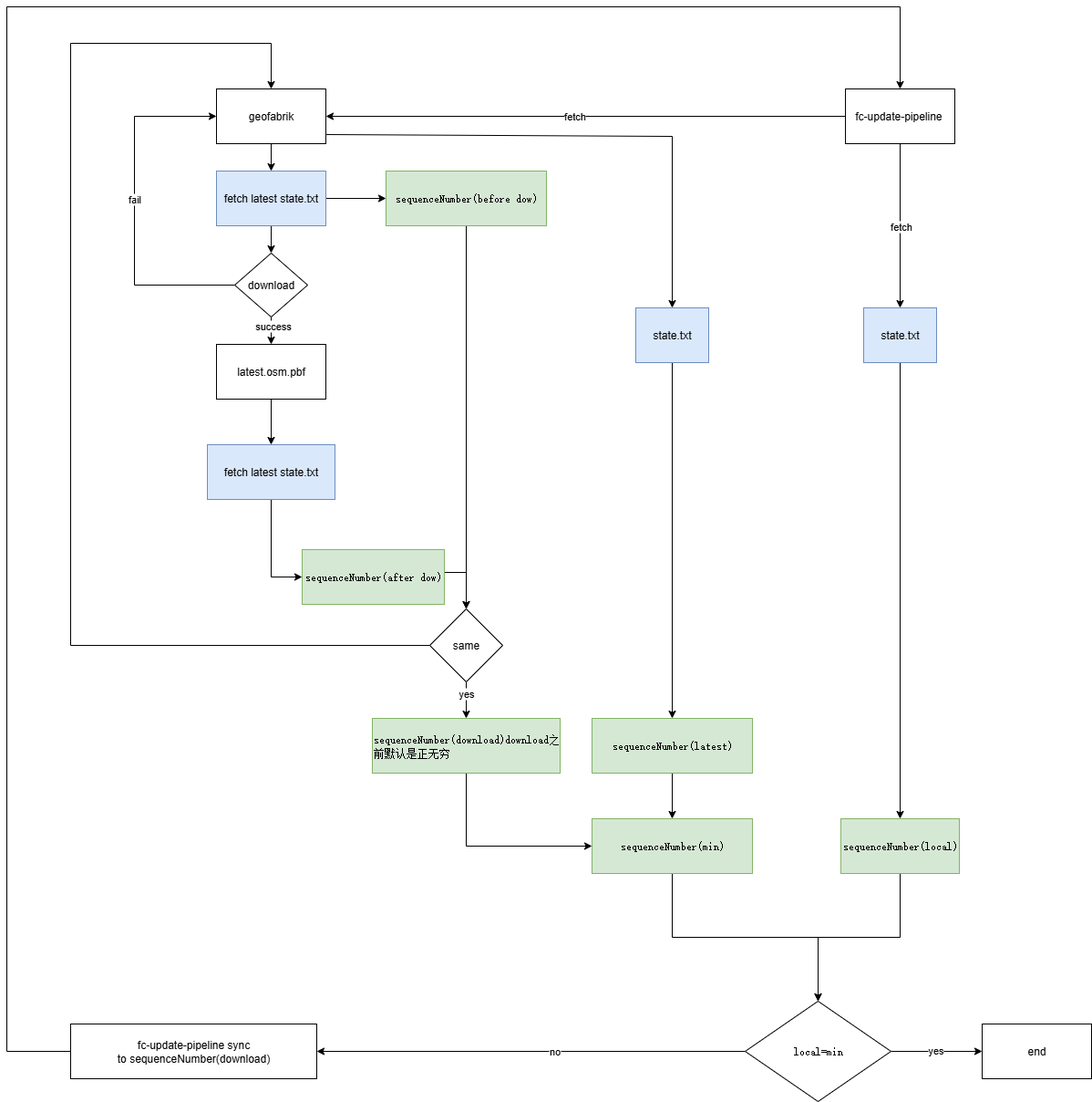
472542625/drawio keeps this draw.io diagram as fc update.drawio.png. Above is the earlier version. Source tidied: cells renumbered, new cells last; positions are measured from the earlier drawing's top-left corner, leaving out a move shared by most shapes.
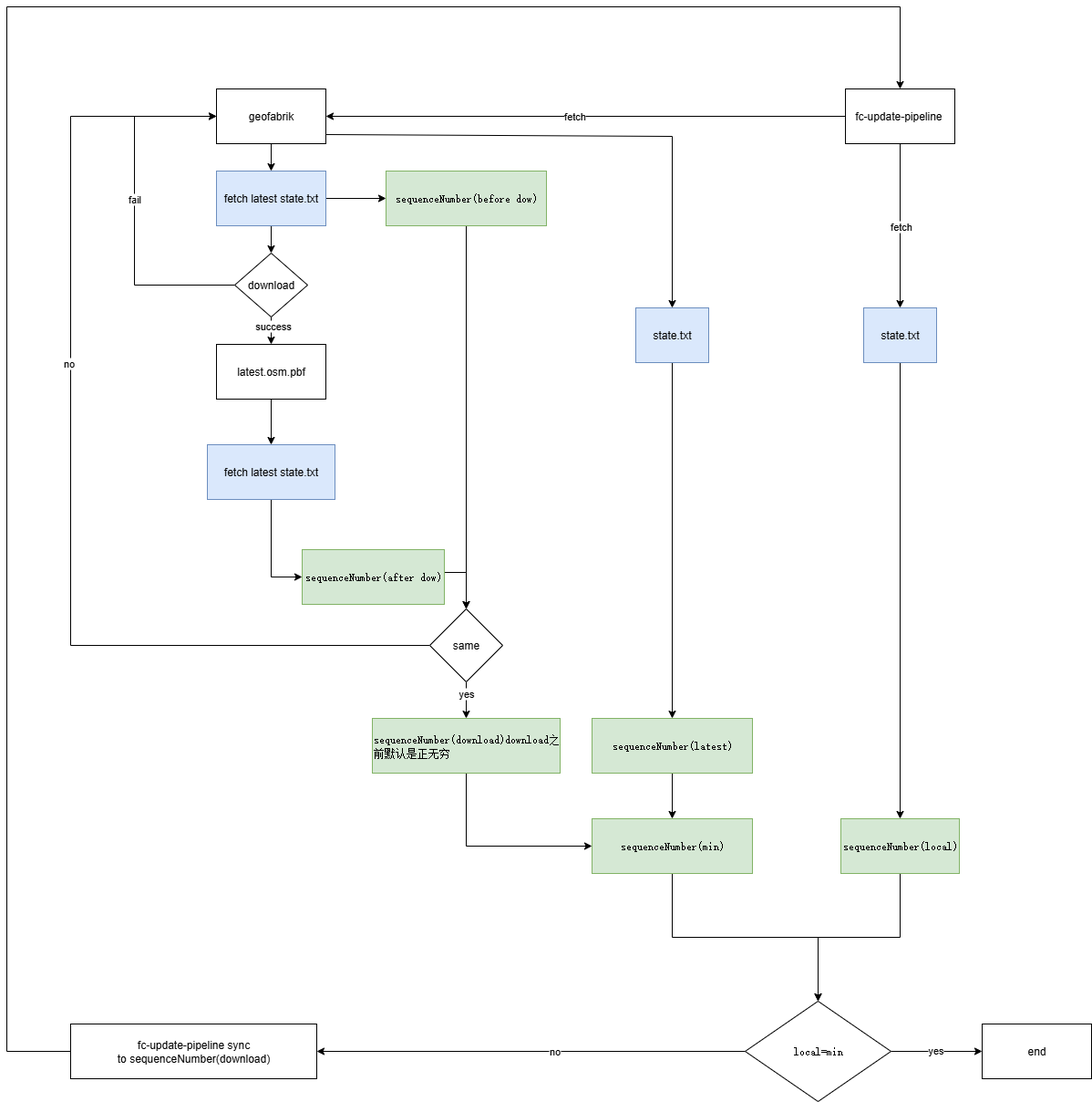
The same diagram one commit later.

Diff of the diagram source:
```diff
@@ -123,15 +123,19 @@
     <mxCell id="35" value="yes" style="edgeLabel;html=1;align=center;verticalAlign=middle;" parent="34" vertex="1">
       <mxGeometry x="-0.36" y="-1" relative="1" as="geometry" />
     </mxCell>
-    <mxCell id="36" style="edgeStyle=orthogonalEdgeStyle;rounded=0;jettySize=auto;html=1;entryX=0.5;entryY=0;entryDx=0;entryDy=0;" parent="1" edge="1" source="37" target="3">
+    <mxCell id="36" style="edgeStyle=orthogonalEdgeStyle;rounded=0;jettySize=auto;html=1;entryX=0;entryY=0.5;entryDx=0;entryDy=0;" parent="1" edge="1" source="37" target="3">
       <mxGeometry relative="1" as="geometry">
         <Array as="points">
           <mxPoint x="70" y="700" />
-          <mxPoint x="70" y="40" />
-          <mxPoint x="290" y="40" />
+          <mxPoint x="70" y="120" />
         </Array>
       </mxGeometry>
     </mxCell>
+    <mxCell id="50" value="no" style="edgeLabel;html=1;align=center;verticalAlign=middle;" parent="36" vertex="1">
+      <mxGeometry x="0.24" y="2" relative="1" as="geometry">
+        <mxPoint x="-1" as="offset" />
+      </mxGeometry>
+    </mxCell>
     <mxCell id="37" value="same" style="rhombus;whiteSpace=wrap;html=1;direction=south;" parent="1" vertex="1">
       <mxGeometry x="464" y="660" width="80" height="80" as="geometry" />
     </mxCell>
```
